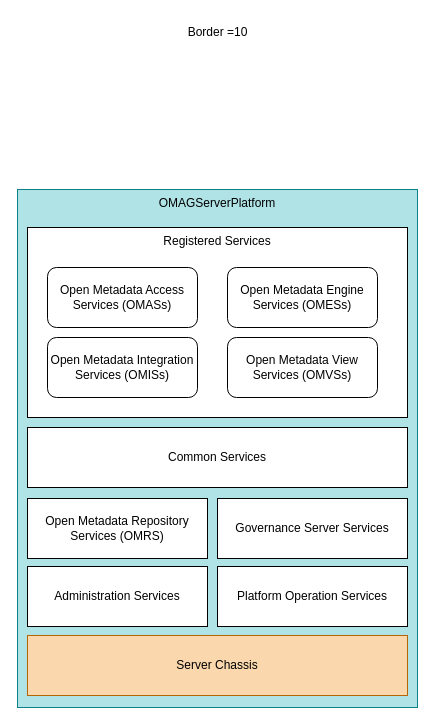
Above: site/docs/services/server-chassis.drawio in odpi/egeria-docs (draw.io), before the change. Source tidied: cells renumbered, new cells numbered last; positions are measured from the earlier drawing's top-left corner, leaving out a move shared by most shapes. Both pictures are drawn from the tidied source at 100%, with x=0, y=0 at pixel (17, 17).
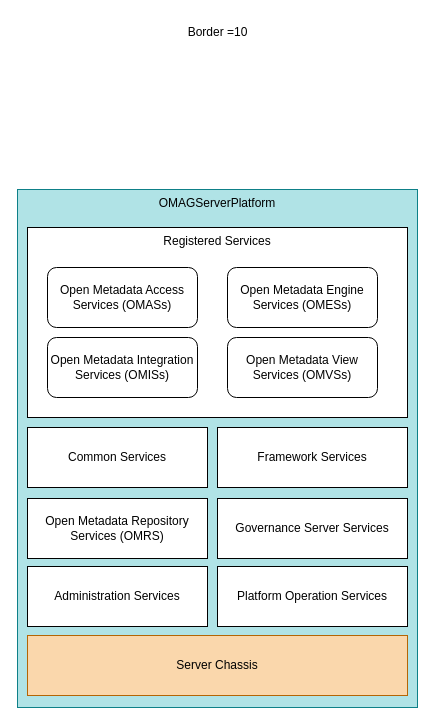
After the change.

Commit message (it also covers changes not shown here):
Add framework services

Change to the diagram source:
```diff
@@
 <mxGraphModel>
   <root>
     <mxCell id="0" />
     <mxCell id="1" parent="0" />
     <mxCell id="2" value="OMAGServerPlatform" style="rounded=0;whiteSpace=wrap;html=1;verticalAlign=top;fillColor=#b0e3e6;strokeColor=#0e8088;" parent="1" vertex="1">
       <mxGeometry y="172" width="400" height="518" as="geometry" />
     </mxCell>
     <mxCell id="3" value="Server Chassis" style="rounded=0;whiteSpace=wrap;html=1;fillColor=#fad7ac;strokeColor=#b46504;" parent="1" vertex="1">
       <mxGeometry x="10" y="618" width="380" height="60" as="geometry" />
     </mxCell>
     <mxCell id="4" value="Open Metadata Repository Services (OMRS)" style="rounded=0;whiteSpace=wrap;html=1;" parent="1" vertex="1">
       <mxGeometry x="10" y="481" width="180" height="60" as="geometry" />
     </mxCell>
-    <mxCell id="5" value="Common Services" style="rounded=0;whiteSpace=wrap;html=1;" parent="1" vertex="1">
-      <mxGeometry x="10" y="410" width="380" height="60" as="geometry" />
+    <mxCell id="5" value="Framework Services" style="rounded=0;whiteSpace=wrap;html=1;" parent="1" vertex="1">
+      <mxGeometry x="200" y="410" width="190" height="60" as="geometry" />
     </mxCell>
     <mxCell id="6" value="Governance Server Services" style="rounded=0;whiteSpace=wrap;html=1;" parent="1" vertex="1">
       <mxGeometry x="200" y="481" width="190" height="60" as="geometry" />
     </mxCell>
     <mxCell id="7" value="Registered Services" style="rounded=0;whiteSpace=wrap;html=1;verticalAlign=top;" parent="1" vertex="1">
       <mxGeometry x="10" y="210" width="380" height="190" as="geometry" />
     </mxCell>
     <mxCell id="8" value="Administration Services" style="rounded=0;whiteSpace=wrap;html=1;" parent="1" vertex="1">
       <mxGeometry x="10" y="549" width="180" height="60" as="geometry" />
     </mxCell>
     <mxCell id="9" value="Platform Operation Services" style="rounded=0;whiteSpace=wrap;html=1;" parent="1" vertex="1">
       <mxGeometry x="200" y="549" width="190" height="60" as="geometry" />
     </mxCell>
     <mxCell id="10" value="Open Metadata Access Services (OMASs)" style="rounded=1;whiteSpace=wrap;html=1;" parent="1" vertex="1">
       <mxGeometry x="30" y="250" width="150" height="60" as="geometry" />
     </mxCell>
     <mxCell id="11" value="Open Metadata Engine Services (OMESs)" style="rounded=1;whiteSpace=wrap;html=1;" parent="1" vertex="1">
       <mxGeometry x="210" y="250" width="150" height="60" as="geometry" />
     </mxCell>
     <mxCell id="12" value="Open Metadata Integration Services (OMISs)" style="rounded=1;whiteSpace=wrap;html=1;" parent="1" vertex="1">
       <mxGeometry x="30" y="320" width="150" height="60" as="geometry" />
     </mxCell>
     <mxCell id="13" value="Open Metadata View Services (OMVSs)" style="rounded=1;whiteSpace=wrap;html=1;" parent="1" vertex="1">
       <mxGeometry x="210" y="320" width="150" height="60" as="geometry" />
     </mxCell>
     <mxCell id="14" value="Border =10" style="text;html=1;align=center;verticalAlign=middle;strokeColor=none;fillColor=none;" parent="1" vertex="1">
       <mxGeometry x="160" width="80" height="30" as="geometry" />
     </mxCell>
+    <mxCell id="15" value="Common Services" style="rounded=0;whiteSpace=wrap;html=1;" parent="1" vertex="1">
+      <mxGeometry x="10" y="410" width="180" height="60" as="geometry" />
+    </mxCell>
   </root>
 </mxGraphModel>
```
